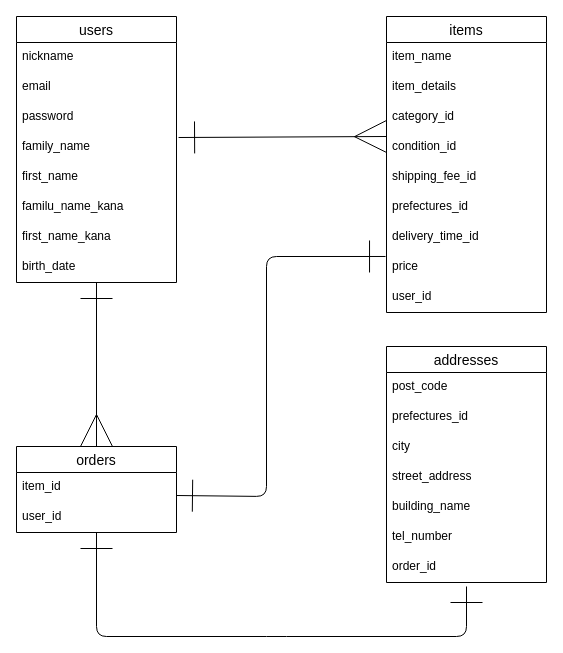
This is assignment.dio from haroco/furima-40291, a draw.io file, before an edit. Source tidied: cells renumbered, new cells numbered last; positions are measured from the earlier drawing's top-left corner, leaving out a move shared by most shapes. Both pictures are drawn from the tidied source at 100%, with x=0, y=0 at pixel (16, 16).
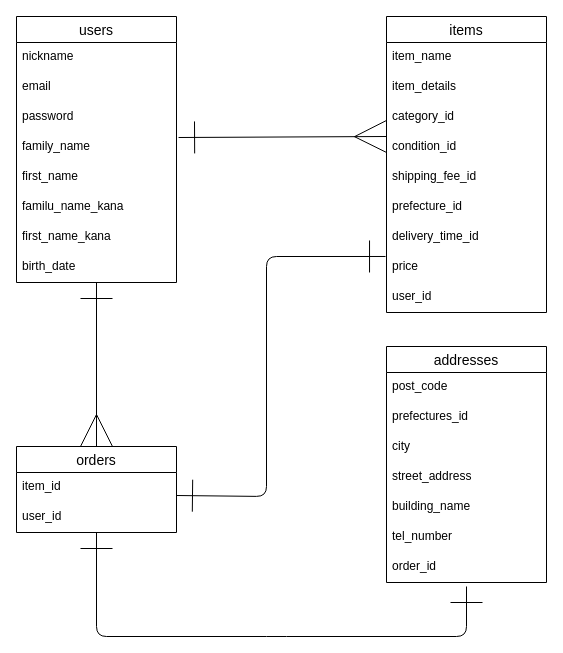
Above is the later version.

Commit message (it also covers changes not shown here):
カラムを単数形に修正

The change refers to these unchanged cells:
```xml
<mxCell id="11" value="items" style="swimlane;fontStyle=0;horizontal=1;startSize=26;align=center;fontSize=14;" parent="1" vertex="1">
  <mxGeometry x="370" width="160" height="296" as="geometry" />
</mxCell>
```

Diff of the diagram source:
```diff
@@
-    <mxCell id="17" value="prefectures_id" style="text;strokeColor=none;fillColor=none;spacingLeft=4;spacingRight=4;overflow=hidden;fontSize=12;" parent="11" vertex="1">
+    <mxCell id="17" value="prefecture_id" style="text;strokeColor=none;fillColor=none;spacingLeft=4;spacingRight=4;overflow=hidden;fontSize=12;" parent="11" vertex="1">
       <mxGeometry y="176" width="160" height="30" as="geometry" />
     </mxCell>
```
